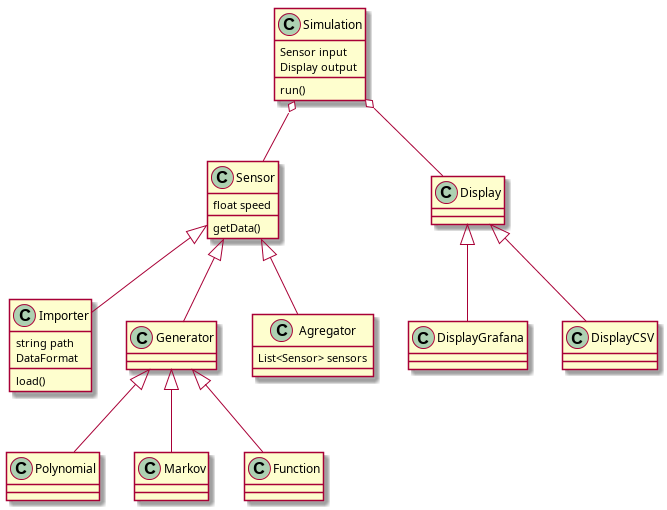
The PlantUML diagram lab_2/report/figures/meta-model.png in Pantoofle/sec-labs, before a commit.
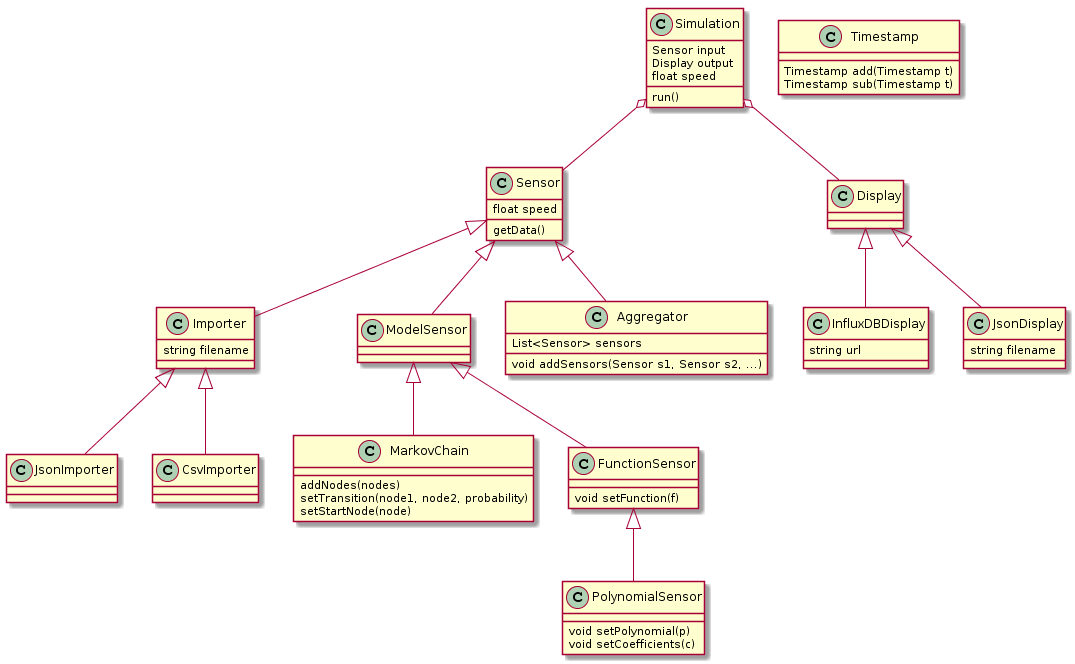
The same diagram one commit later.

Commit message:
the meta-model is done, need checking

Diff of the diagram source:
```diff
@@ -1,29 +1,51 @@
 @startuml
 Sensor <|-- Importer
-Sensor <|-- Generator
-Sensor <|-- Agregator
+Sensor <|-- ModelSensor
+Sensor <|-- Aggregator
 
-Generator <|-- Polynomial
-Generator <|-- Markov
-Generator <|-- Function
+ModelSensor <|-- MarkovChain
+ModelSensor <|-- FunctionSensor
+
+FunctionSensor <|-- PolynomialSensor
 
 Simulation o-- Sensor
 Simulation o-- Display
 
-Display <|-- DisplayGrafana
-Display <|-- DisplayCSV
+Display <|-- InfluxDBDisplay
+Display <|-- JsonDisplay
+
+Importer <|-- JsonImporter
+Importer <|-- CsvImporter
+
+Timestamp : Timestamp add(Timestamp t)
+Timestamp : Timestamp sub(Timestamp t)
 
 Simulation : run()
 Simulation : Sensor input
 Simulation : Display output
+Simulation : float speed
+
 
 Sensor : float speed
 Sensor : getData()
 
-Importer : string path
-Importer : DataFormat
-Importer : load()
+Importer : string filename
 
-Agregator : List<Sensor> sensors
+MarkovChain : addNodes(nodes)
+MarkovChain : setTransition(node1, node2, probability)
+MarkovChain : setStartNode(node)
 
+FunctionSensor : void setFunction(f)
+
+PolynomialSensor : void setPolynomial(p)
+PolynomialSensor : void setCoefficients(c)
+
+Aggregator : List<Sensor> sensors
+Aggregator : void addSensors(Sensor s1, Sensor s2, ...)
+
+
+
+InfluxDBDisplay : string url
+
+JsonDisplay : string filename
 @enduml
```
